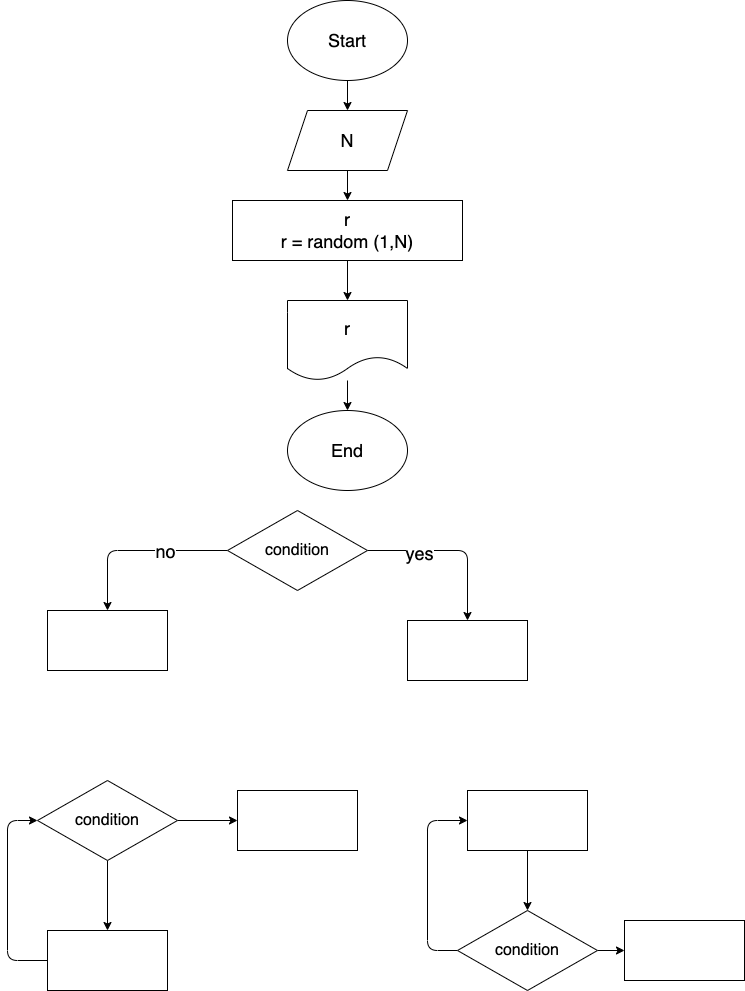
The draw.io diagram ex000.drawio.png in Alchor/practice_1, before a commit. Source tidied: cells renumbered, new cells last; positions are measured from the earlier drawing's top-left corner, leaving out a move shared by most shapes.
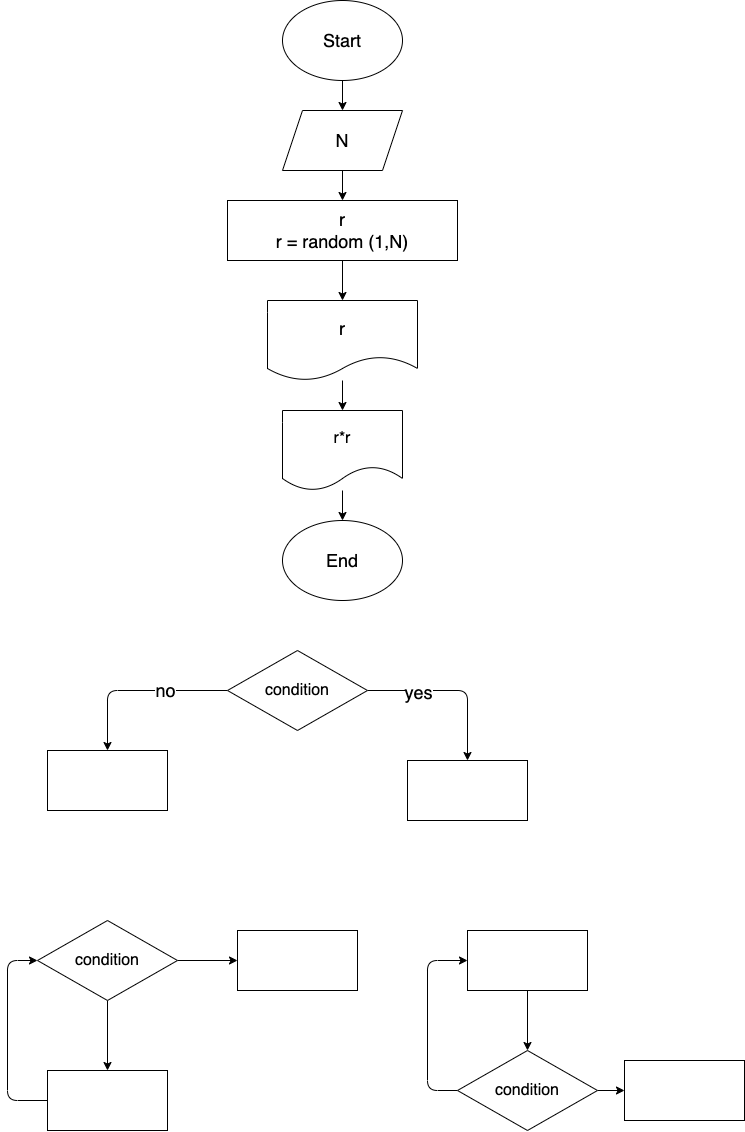
Later version of the same file.

Commit message:
добавлено решение

Diff of the diagram source:
```diff
@@ -81,28 +81,36 @@
       <mxGeometry relative="1" as="geometry" />
     </mxCell>
     <mxCell id="22" value="Start" style="ellipse;whiteSpace=wrap;html=1;fontSize=18;" parent="1" vertex="1">
-      <mxGeometry x="280" width="120" height="80" as="geometry" />
+      <mxGeometry x="275" y="-140" width="120" height="80" as="geometry" />
     </mxCell>
     <mxCell id="23" style="edgeStyle=none;html=1;fontSize=18;" parent="1" edge="1" source="24" target="28">
       <mxGeometry relative="1" as="geometry" />
     </mxCell>
     <mxCell id="24" value="r&lt;br&gt;r = random (1,N)" style="rounded=0;whiteSpace=wrap;html=1;fontSize=18;" parent="1" vertex="1">
-      <mxGeometry x="225" y="200" width="230" height="60" as="geometry" />
+      <mxGeometry x="220" y="60" width="230" height="60" as="geometry" />
     </mxCell>
     <mxCell id="25" style="edgeStyle=none;html=1;fontSize=18;" parent="1" edge="1" source="26" target="24">
       <mxGeometry relative="1" as="geometry" />
     </mxCell>
     <mxCell id="26" value="N" style="shape=parallelogram;perimeter=parallelogramPerimeter;whiteSpace=wrap;html=1;fixedSize=1;fontSize=18;" parent="1" vertex="1">
-      <mxGeometry x="280" y="110" width="120" height="60" as="geometry" />
+      <mxGeometry x="275" y="-30" width="120" height="60" as="geometry" />
     </mxCell>
-    <mxCell id="27" style="edgeStyle=none;html=1;fontSize=18;" parent="1" edge="1" source="28" target="29">
-      <mxGeometry relative="1" as="geometry" />
+    <mxCell id="27" style="edgeStyle=none;html=1;fontSize=18;" parent="1" edge="1" source="28">
+      <mxGeometry relative="1" as="geometry">
+        <mxPoint x="335" y="270" as="targetPoint" />
+      </mxGeometry>
     </mxCell>
     <mxCell id="28" value="r" style="shape=document;whiteSpace=wrap;html=1;boundedLbl=1;fontSize=18;" parent="1" vertex="1">
-      <mxGeometry x="280" y="300" width="120" height="80" as="geometry" />
+      <mxGeometry x="260" y="160" width="150" height="80" as="geometry" />
     </mxCell>
+    <mxCell id="30" style="edgeStyle=none;html=1;fontSize=18;" parent="1" edge="1" source="31" target="29">
+      <mxGeometry relative="1" as="geometry" />
+    </mxCell>
+    <mxCell id="31" value="&lt;font size=&quot;3&quot;&gt;r*r&lt;br&gt;&lt;/font&gt;" style="shape=document;whiteSpace=wrap;html=1;boundedLbl=1;" parent="1" vertex="1">
+      <mxGeometry x="275" y="270" width="120" height="80" as="geometry" />
+    </mxCell>
     <mxCell id="29" value="End" style="ellipse;whiteSpace=wrap;html=1;fontSize=18;" parent="1" vertex="1">
-      <mxGeometry x="280" y="410" width="120" height="80" as="geometry" />
+      <mxGeometry x="275" y="380" width="120" height="80" as="geometry" />
     </mxCell>
   </root>
 </mxGraphModel>
```
